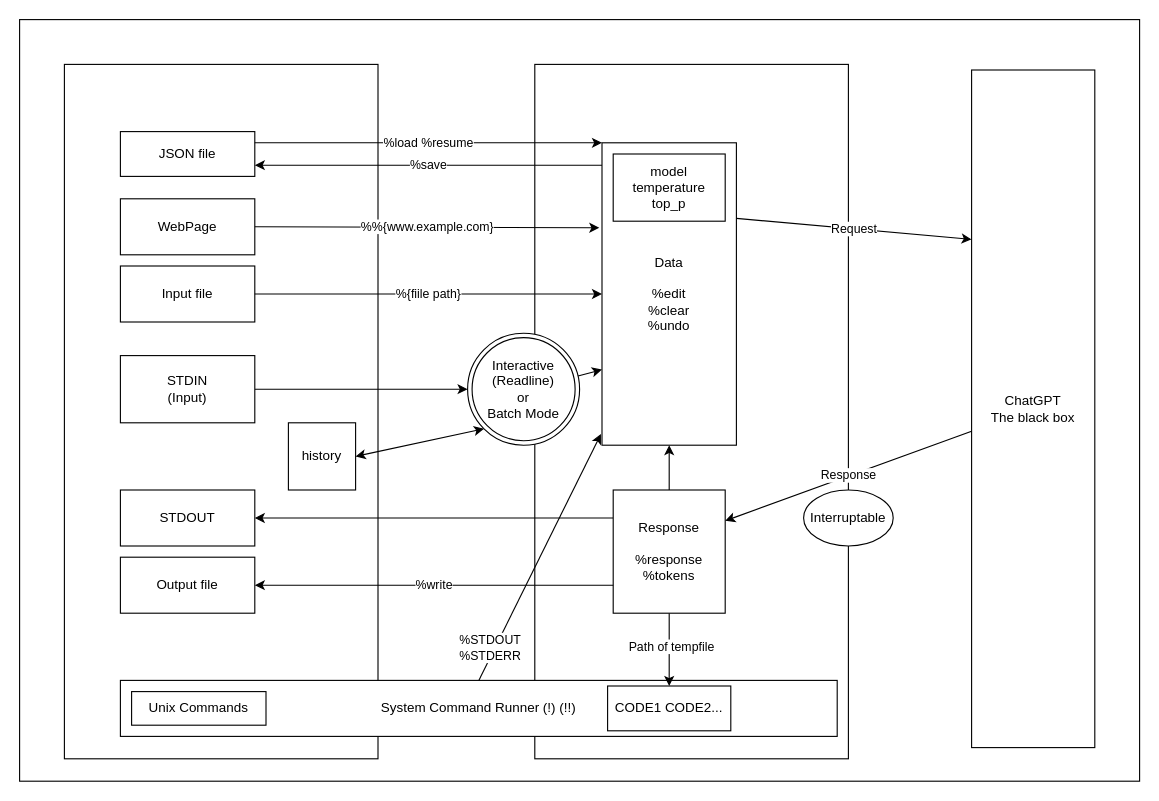
This is docs/overview.drawio from kojix2/chatgpt-cli, a draw.io file, before an edit. Source tidied: cells renumbered, new cells numbered last; positions are measured from the earlier drawing's top-left corner, leaving out a move shared by most shapes. Both pictures are drawn from the tidied source at 112%, with x=0, y=0 at pixel (19, 19).
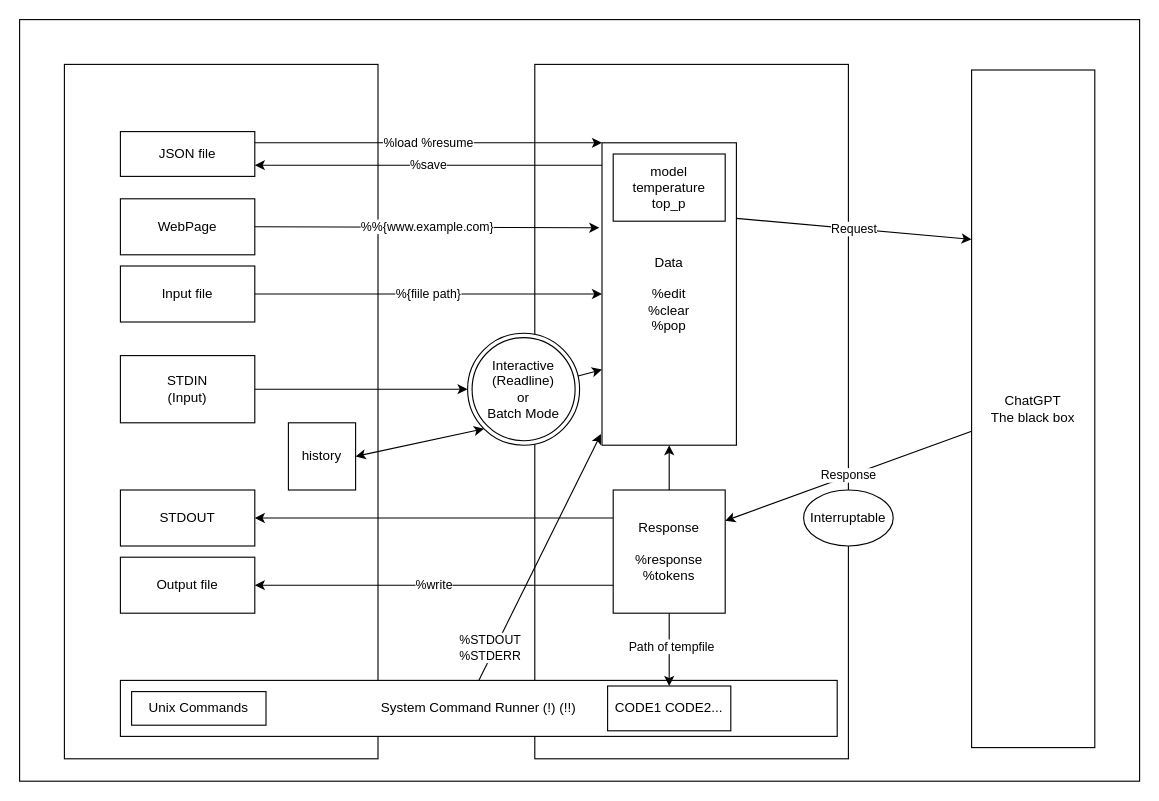
Above is the later version.

Commit message (it also covers changes not shown here):
Rename %undo to %pop

What changed in the source:
```diff
@@
-    <mxCell id="7" value="Data&lt;br&gt;&lt;br&gt;%edit&lt;br&gt;%clear&lt;br&gt;%undo" style="rounded=0;whiteSpace=wrap;html=1;" parent="1" vertex="1">
+    <mxCell id="7" value="Data&lt;br&gt;&lt;br&gt;%edit&lt;br&gt;%clear&lt;br&gt;%pop" style="rounded=0;whiteSpace=wrap;html=1;" parent="1" vertex="1">
       <mxGeometry x="520" y="110" width="120" height="270" as="geometry" />
     </mxCell>
```
